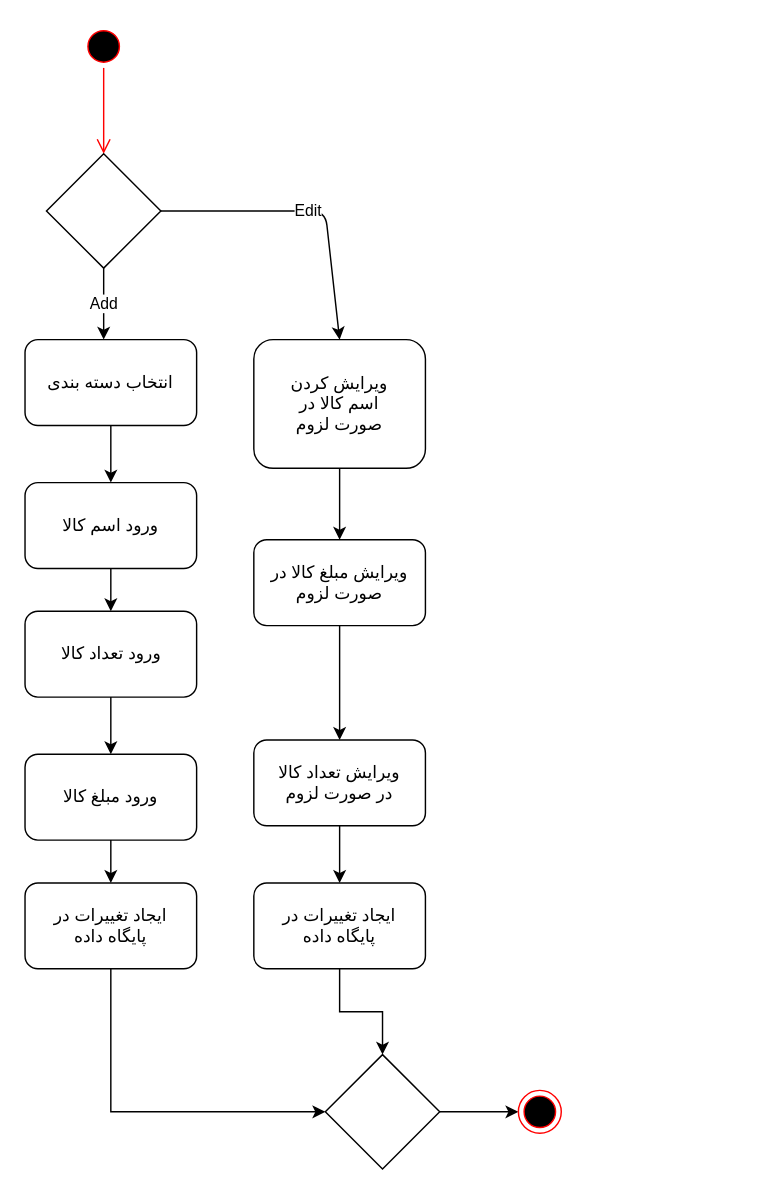
Above: docs/Maintain Diagram.drawio in marketplus95/marketplus95 (draw.io), before the change. Source tidied: cells renumbered, new cells numbered last; positions are measured from the earlier drawing's top-left corner, leaving out a move shared by most shapes. Both pictures are drawn from the tidied source at 143%, with x=0, y=0 at pixel (24, 24).
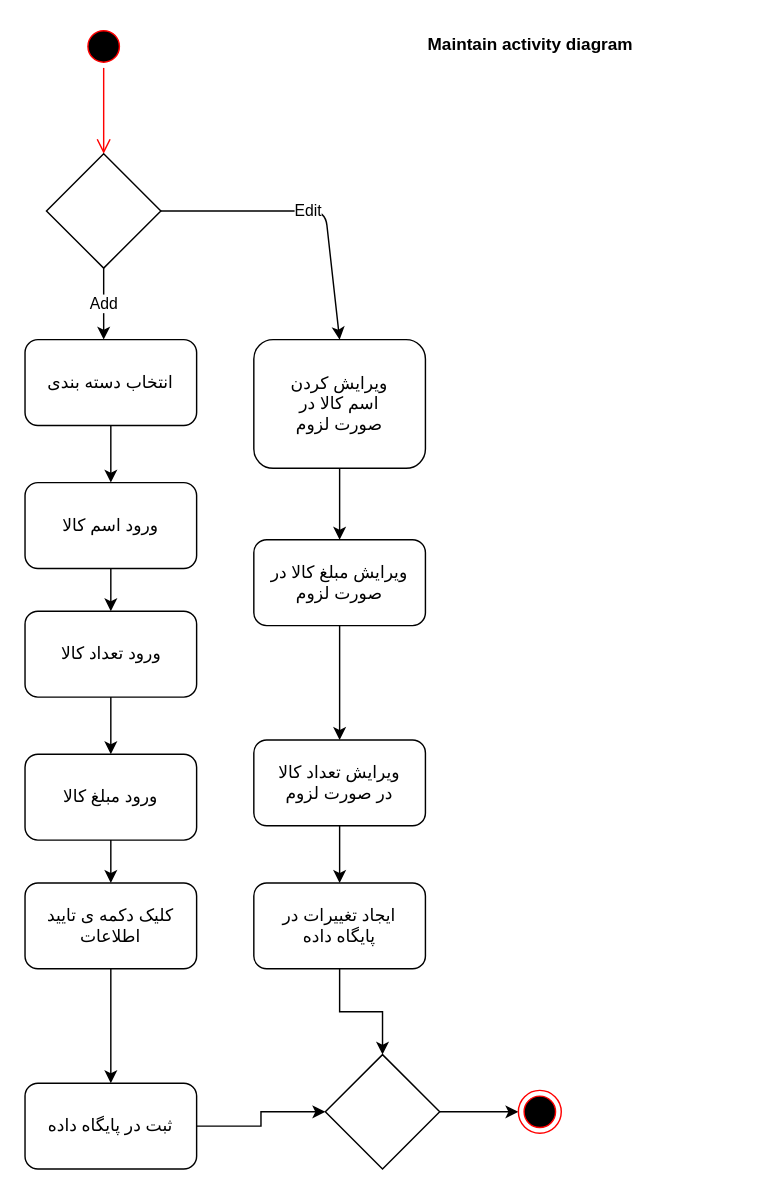
The same page after the edit.

The change refers to these unchanged cells:
```xml
<mxCell id="10" style="rounded=1;whiteSpace=wrap;html=1;" parent="1" vertex="1">
  <mxGeometry y="600" width="120" height="60" as="geometry" />
</mxCell>
<mxCell id="33" style="rhombus;whiteSpace=wrap;html=1;" parent="1" vertex="1">
  <mxGeometry x="210" y="720" width="80" height="80" as="geometry" />
</mxCell>
```

Change to the diagram source:
```diff
@@
-    <mxCell id="9" style="edgeStyle=orthogonalEdgeStyle;rounded=0;jettySize=auto;html=1;exitX=0.5;exitY=1;exitDx=0;exitDy=0;entryX=0;entryY=0.5;entryDx=0;entryDy=0;" parent="1" edge="1" source="10" target="33">
-      <mxGeometry relative="1" as="geometry" />
-    </mxCell>
+    <mxCell id="35" style="edgeStyle=orthogonalEdgeStyle;rounded=0;jettySize=auto;html=1;" parent="1" edge="1" source="10" target="37">
+      <mxGeometry relative="1" as="geometry" />
+    </mxCell>
@@
+    <mxCell id="36" style="edgeStyle=orthogonalEdgeStyle;rounded=0;jettySize=auto;html=1;entryX=0;entryY=0.5;entryDx=0;entryDy=0;" parent="1" edge="1" source="37" target="33">
+      <mxGeometry relative="1" as="geometry" />
+    </mxCell>
+    <mxCell id="37" value="ثبت در پایگاه داده" style="rounded=1;whiteSpace=wrap;html=1;" parent="1" vertex="1">
+      <mxGeometry y="740" width="120" height="60" as="geometry" />
+    </mxCell>
@@
-    <mxCell id="29" value="ایجاد تغییرات در پایگاه داده" style="text;html=1;strokeColor=none;fillColor=none;align=center;verticalAlign=middle;whiteSpace=wrap;rounded=0;" parent="1" vertex="1">
+    <mxCell id="29" value="کلیک دکمه ی تایید اطلاعات" style="text;html=1;strokeColor=none;fillColor=none;align=center;verticalAlign=middle;whiteSpace=wrap;rounded=0;" parent="1" vertex="1">
       <mxGeometry x="10" y="610" width="100" height="40" as="geometry" />
     </mxCell>
@@
+    <mxCell id="38" value="&lt;b&gt;Maintain activity diagram&lt;/b&gt;" style="text;html=1;" parent="1" vertex="1">
+      <mxGeometry x="280" width="230" height="30" as="geometry" />
+    </mxCell>
```
